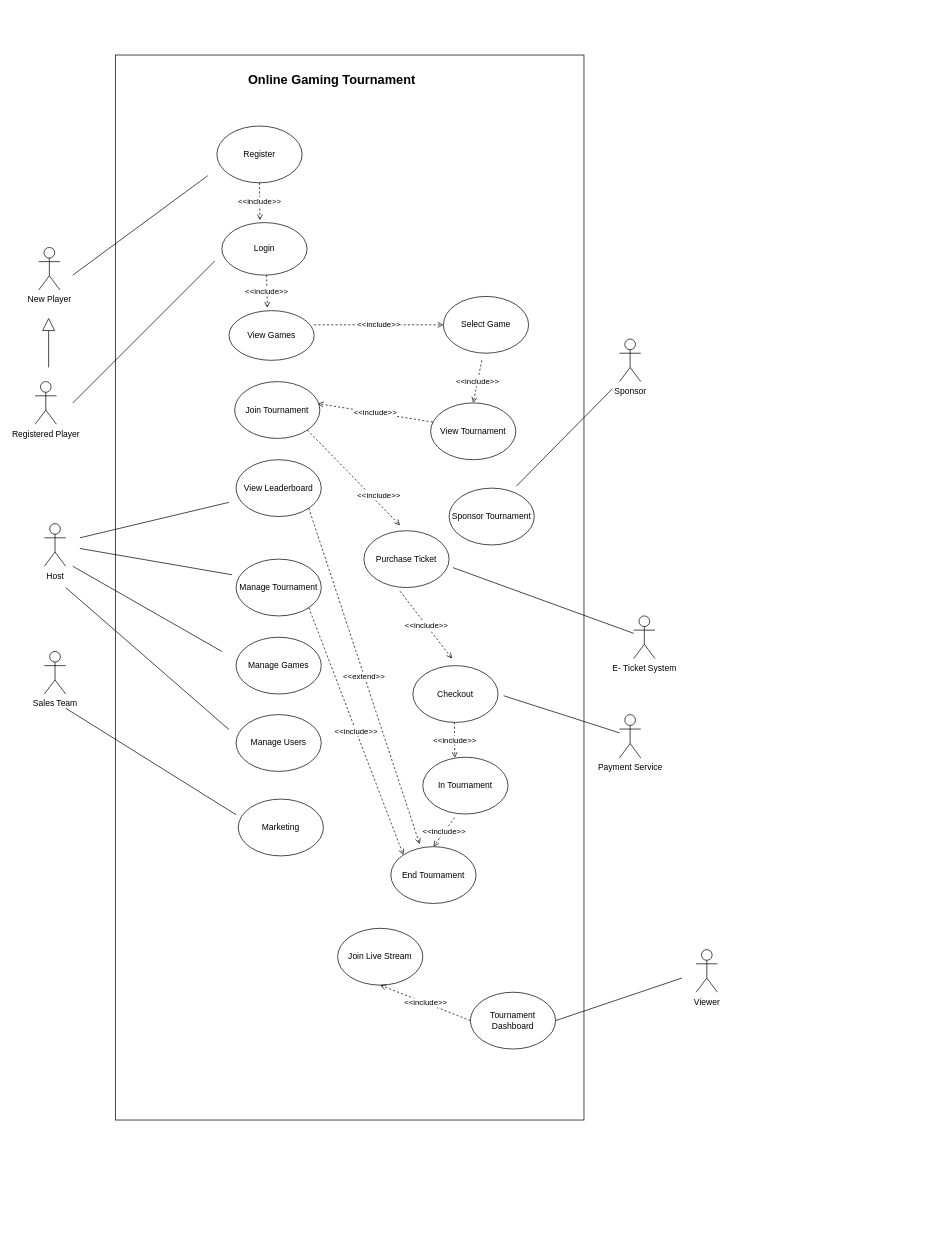
This is GD_CW1.drawio from Tanvi-Ambre/Python, a draw.io file, before an edit. Source tidied: cells renumbered, new cells numbered last; positions are measured from the earlier drawing's top-left corner, leaving out a move shared by most shapes. Both pictures are drawn from the tidied source at 71%, with x=0, y=0 at pixel (35, 55).
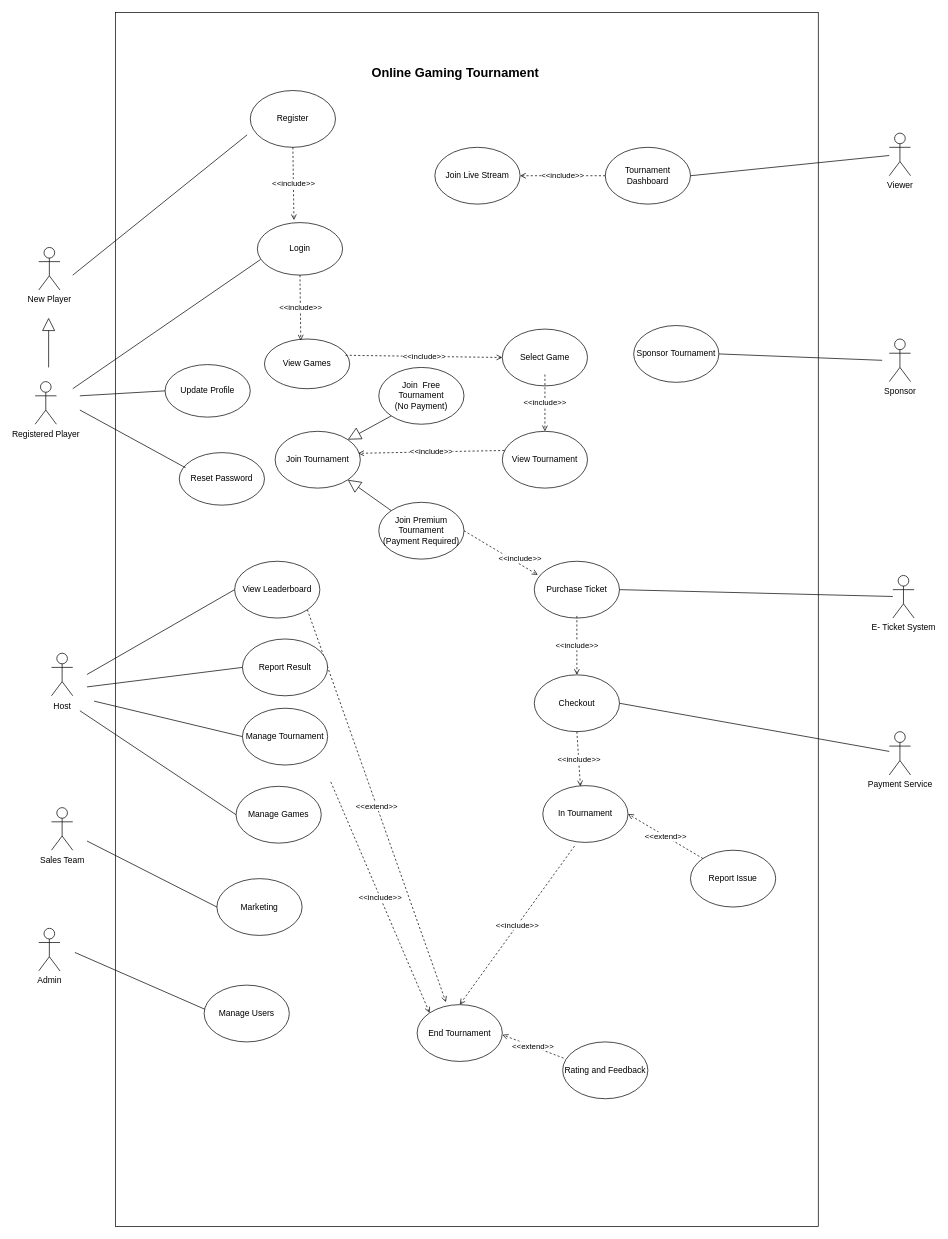
The same diagram, later.

What changed in the source:
```diff
@@
     <mxCell id="2" style="rounded=0;whiteSpace=wrap;html=1;" parent="1" vertex="1">
-      <mxGeometry x="113" width="660" height="1500" as="geometry" />
+      <mxGeometry x="113" y="-60" width="990" height="1710" as="geometry" />
     </mxCell>
     <mxCell id="3" value="Host" style="shape=umlActor;verticalLabelPosition=bottom;verticalAlign=top;html=1;" parent="1" vertex="1">
-      <mxGeometry x="13" y="660" width="30" height="60" as="geometry" />
+      <mxGeometry x="23" y="842.5" width="30" height="60" as="geometry" />
     </mxCell>
     <mxCell id="4" value="Sponsor" style="shape=umlActor;verticalLabelPosition=bottom;verticalAlign=top;html=1;" parent="1" vertex="1">
-      <mxGeometry x="823" y="400" width="30" height="60" as="geometry" />
+      <mxGeometry x="1203" y="400" width="30" height="60" as="geometry" />
     </mxCell>
     <mxCell id="5" value="Register" style="ellipse;whiteSpace=wrap;html=1;strokeWidth=1;" parent="1" vertex="1">
-      <mxGeometry x="256" y="100" width="120" height="80" as="geometry" />
+      <mxGeometry x="303" y="50" width="120" height="80" as="geometry" />
     </mxCell>
     <mxCell id="6" value="Login" style="ellipse;whiteSpace=wrap;html=1;strokeWidth=1;" parent="1" vertex="1">
-      <mxGeometry x="263" y="236" width="120" height="74" as="geometry" />
+      <mxGeometry x="313" y="236" width="120" height="74" as="geometry" />
     </mxCell>
     <mxCell id="7" value="View Games" style="ellipse;whiteSpace=wrap;html=1;strokeWidth=1;" parent="1" vertex="1">
-      <mxGeometry x="273" y="360" width="120" height="70" as="geometry" />
+      <mxGeometry x="323" y="400" width="120" height="70" as="geometry" />
     </mxCell>
     <mxCell id="8" value="View Tournament" style="ellipse;whiteSpace=wrap;html=1;strokeWidth=1;" parent="1" vertex="1">
-      <mxGeometry x="557" y="490" width="120" height="80" as="geometry" />
+      <mxGeometry x="658" y="530" width="120" height="80" as="geometry" />
     </mxCell>
     <mxCell id="9" value="Manage Tournament" style="ellipse;whiteSpace=wrap;html=1;strokeWidth=1;" parent="1" vertex="1">
-      <mxGeometry x="283" y="710" width="120" height="80" as="geometry" />
+      <mxGeometry x="292" y="920" width="120" height="80" as="geometry" />
     </mxCell>
     <mxCell id="10" value="Manage Games" style="ellipse;whiteSpace=wrap;html=1;strokeWidth=1;" parent="1" vertex="1">
-      <mxGeometry x="283" y="820" width="120" height="80" as="geometry" />
+      <mxGeometry x="283" y="1030" width="120" height="80" as="geometry" />
     </mxCell>
     <mxCell id="11" value="Manage Users" style="ellipse;whiteSpace=wrap;html=1;strokeWidth=1;" parent="1" vertex="1">
-      <mxGeometry x="283" y="929" width="120" height="80" as="geometry" />
+      <mxGeometry x="238" y="1310" width="120" height="80" as="geometry" />
     </mxCell>
     <mxCell id="12" value="Sponsor Tournament" style="ellipse;whiteSpace=wrap;html=1;strokeWidth=1;" parent="1" vertex="1">
-      <mxGeometry x="583" y="610" width="120" height="80" as="geometry" />
+      <mxGeometry x="843" y="381" width="120" height="80" as="geometry" />
     </mxCell>
     <mxCell id="13" value="View Leaderboard" style="ellipse;whiteSpace=wrap;html=1;strokeWidth=1;" parent="1" vertex="1">
-      <mxGeometry x="283" y="570" width="120" height="80" as="geometry" />
+      <mxGeometry x="281" y="713" width="120" height="80" as="geometry" />
     </mxCell>
     <mxCell id="14" value="Viewer" style="shape=umlActor;verticalLabelPosition=bottom;verticalAlign=top;html=1;outlineConnect=0;" parent="1" vertex="1">
-      <mxGeometry x="931" y="1260" width="30" height="60" as="geometry" />
+      <mxGeometry x="1203" y="110" width="30" height="60" as="geometry" />
     </mxCell>
@@
-    <mxCell id="17" style="endArrow=none;html=1;rounded=0;" parent="1" edge="1">
+    <mxCell id="17" style="endArrow=none;html=1;rounded=0;entryX=0.036;entryY=0.704;entryDx=0;entryDy=0;entryPerimeter=0;" parent="1" edge="1" target="6">
       <mxGeometry relative="1" as="geometry">
-        <mxPoint x="53" y="490" as="sourcePoint" />
-        <mxPoint x="253" y="290" as="targetPoint" />
+        <mxPoint x="53" y="470" as="sourcePoint" />
       </mxGeometry>
     </mxCell>
-    <mxCell id="18" style="endArrow=none;html=1;rounded=0;entryX=-0.049;entryY=0.275;entryDx=0;entryDy=0;entryPerimeter=0;" parent="1" edge="1" target="9">
+    <mxCell id="18" style="endArrow=none;html=1;rounded=0;entryX=0;entryY=0.5;entryDx=0;entryDy=0;" parent="1" edge="1" target="9">
       <mxGeometry relative="1" as="geometry">
-        <mxPoint x="63" y="695" as="sourcePoint" />
+        <mxPoint x="83" y="910" as="sourcePoint" />
       </mxGeometry>
     </mxCell>
     <mxCell id="19" value="Select Game" style="ellipse;whiteSpace=wrap;html=1;strokeWidth=1;" parent="1" vertex="1">
-      <mxGeometry x="575" y="340" width="120" height="80" as="geometry" />
+      <mxGeometry x="658" y="386" width="120" height="80" as="geometry" />
     </mxCell>
-    <mxCell id="20" value="&amp;lt;&amp;lt;include&amp;gt;&amp;gt;" style="endArrow=open;dashed=1;html=1;endFill=0;rounded=0;entryX=0;entryY=0.5;entryDx=0;entryDy=0;" parent="1" edge="1" target="19">
-      <mxGeometry relative="1" as="geometry">
-        <mxPoint x="393" y="380" as="sourcePoint" />
-      </mxGeometry>
+    <mxCell id="20" value="&amp;lt;&amp;lt;include&amp;gt;&amp;gt;" style="endArrow=open;dashed=1;html=1;endFill=0;rounded=0;entryX=0;entryY=0.5;entryDx=0;entryDy=0;exitX=0.95;exitY=0.327;exitDx=0;exitDy=0;exitPerimeter=0;" parent="1" edge="1" source="7" target="19">
+      <mxGeometry relative="1" as="geometry" />
     </mxCell>
-    <mxCell id="21" style="endArrow=none;html=1;rounded=0;" parent="1" edge="1">
+    <mxCell id="21" style="endArrow=none;html=1;rounded=0;entryX=0;entryY=0.5;entryDx=0;entryDy=0;" parent="1" edge="1" target="10">
       <mxGeometry relative="1" as="geometry">
-        <mxPoint x="53" y="720" as="sourcePoint" />
-        <mxPoint x="263" y="840" as="targetPoint" />
+        <mxPoint x="63" y="923.5" as="sourcePoint" />
       </mxGeometry>
     </mxCell>
-    <mxCell id="22" style="endArrow=none;html=1;rounded=0;" parent="1" edge="1">
-      <mxGeometry relative="1" as="geometry">
-        <mxPoint x="43" y="750" as="sourcePoint" />
-        <mxPoint x="273" y="950" as="targetPoint" />
-      </mxGeometry>
-    </mxCell>
     <mxCell id="23" value="Marketing" style="ellipse;whiteSpace=wrap;html=1;strokeWidth=1;" parent="1" vertex="1">
-      <mxGeometry x="286" y="1048" width="120" height="80" as="geometry" />
+      <mxGeometry x="256" y="1160" width="120" height="80" as="geometry" />
     </mxCell>
-    <mxCell id="24" style="endArrow=none;html=1;rounded=0;" parent="1" edge="1">
+    <mxCell id="24" style="endArrow=none;html=1;rounded=0;entryX=0;entryY=0.5;entryDx=0;entryDy=0;" parent="1" edge="1" target="23">
       <mxGeometry relative="1" as="geometry">
-        <mxPoint x="43" y="920" as="sourcePoint" />
-        <mxPoint x="283" y="1070" as="targetPoint" />
+        <mxPoint x="73" y="1107" as="sourcePoint" />
       </mxGeometry>
     </mxCell>
-    <mxCell id="25" value="&amp;lt;&amp;lt;include&amp;gt;&amp;gt;" style="endArrow=open;dashed=1;html=1;endFill=0;rounded=0;exitX=0.451;exitY=1.125;exitDx=0;exitDy=0;exitPerimeter=0;entryX=0.5;entryY=0;entryDx=0;entryDy=0;" parent="1" edge="1" source="19" target="8">
-      <mxGeometry relative="1" as="geometry" />
+    <mxCell id="25" value="&amp;lt;&amp;lt;include&amp;gt;&amp;gt;" style="endArrow=open;dashed=1;html=1;endFill=0;rounded=0;entryX=0.5;entryY=0;entryDx=0;entryDy=0;" parent="1" edge="1" target="8">
+      <mxGeometry relative="1" as="geometry">
+        <mxPoint x="718" y="450" as="sourcePoint" />
+      </mxGeometry>
     </mxCell>
     <mxCell id="26" value="Join Tournament" style="ellipse;whiteSpace=wrap;html=1;strokeWidth=1;" parent="1" vertex="1">
-      <mxGeometry x="281" y="460" width="120" height="80" as="geometry" />
+      <mxGeometry x="338" y="530" width="120" height="80" as="geometry" />
     </mxCell>
-    <mxCell id="27" style="endArrow=none;html=1;rounded=0;" parent="1" edge="1">
+    <mxCell id="27" style="endArrow=none;html=1;rounded=0;entryX=0;entryY=0.5;entryDx=0;entryDy=0;" parent="1" edge="1" target="13">
       <mxGeometry relative="1" as="geometry">
-        <mxPoint x="63" y="680" as="sourcePoint" />
-        <mxPoint x="273" y="630" as="targetPoint" />
+        <mxPoint x="73" y="872.5" as="sourcePoint" />
       </mxGeometry>
     </mxCell>
-    <mxCell id="28" style="endArrow=none;html=1;rounded=0;" parent="1" edge="1">
+    <mxCell id="28" style="endArrow=none;html=1;rounded=0;entryX=-0.037;entryY=0.781;entryDx=0;entryDy=0;entryPerimeter=0;" parent="1" edge="1" target="5">
       <mxGeometry relative="1" as="geometry">
         <mxPoint x="53" y="310" as="sourcePoint" />
-        <mxPoint x="243" y="170" as="targetPoint" />
       </mxGeometry>
     </mxCell>
@@
-    <mxCell id="30" style="endArrow=none;html=1;rounded=0;exitX=0.79;exitY=-0.035;exitDx=0;exitDy=0;exitPerimeter=0;" parent="1" edge="1" source="12">
+    <mxCell id="30" style="endArrow=none;html=1;rounded=0;exitX=1;exitY=0.5;exitDx=0;exitDy=0;" parent="1" edge="1" source="12">
       <mxGeometry relative="1" as="geometry">
-        <mxPoint x="813" y="470" as="targetPoint" />
+        <mxPoint x="1193" y="430" as="targetPoint" />
       </mxGeometry>
     </mxCell>
     <mxCell id="31" value="E- Ticket System" style="shape=umlActor;verticalLabelPosition=bottom;verticalAlign=top;html=1;outlineConnect=0;" parent="1" vertex="1">
-      <mxGeometry x="843" y="790" width="30" height="60" as="geometry" />
+      <mxGeometry x="1208" y="733" width="30" height="60" as="geometry" />
     </mxCell>
     <mxCell id="32" value="&lt;font style=&quot;font-size: 18px;&quot;&gt;&lt;b&gt;Online Gaming Tournament&lt;/b&gt;&lt;/font&gt;" style="text;html=1;align=center;verticalAlign=middle;whiteSpace=wrap;rounded=0;" parent="1" vertex="1">
-      <mxGeometry x="243" y="20" width="350" height="30" as="geometry" />
+      <mxGeometry x="417" y="10" width="350" height="30" as="geometry" />
     </mxCell>
-    <mxCell id="33" value="Sales Team" style="shape=umlActor;verticalLabelPosition=bottom;verticalAlign=top;html=1;" parent="1" vertex="1">
-      <mxGeometry x="13" y="840" width="30" height="60" as="geometry" />
+    <mxCell id="33" value="Admin" style="shape=umlActor;verticalLabelPosition=bottom;verticalAlign=top;html=1;" parent="1" vertex="1">
+      <mxGeometry x="5" y="1230" width="30" height="60" as="geometry" />
     </mxCell>
     <mxCell id="34" value="Purchase Ticket" style="ellipse;whiteSpace=wrap;html=1;strokeWidth=1;" parent="1" vertex="1">
-      <mxGeometry x="463" y="670" width="120" height="80" as="geometry" />
+      <mxGeometry x="703" y="713" width="120" height="80" as="geometry" />
     </mxCell>
     <mxCell id="35" value="Checkout" style="ellipse;whiteSpace=wrap;html=1;strokeWidth=1;" parent="1" vertex="1">
-      <mxGeometry x="532" y="860" width="120" height="80" as="geometry" />
+      <mxGeometry x="703" y="873" width="120" height="80" as="geometry" />
     </mxCell>
-    <mxCell id="36" style="endArrow=none;html=1;rounded=0;exitX=0.806;exitY=1.001;exitDx=0;exitDy=0;exitPerimeter=0;" parent="1" edge="1" target="31">
-      <mxGeometry relative="1" as="geometry">
-        <mxPoint x="588.5" y="722" as="sourcePoint" />
-      </mxGeometry>
+    <mxCell id="36" style="endArrow=none;html=1;rounded=0;exitX=1;exitY=0.5;exitDx=0;exitDy=0;" parent="1" edge="1" source="34" target="31">
+      <mxGeometry relative="1" as="geometry" />
     </mxCell>
-    <mxCell id="37" value="&amp;lt;&amp;lt;include&amp;gt;&amp;gt;" style="endArrow=open;dashed=1;html=1;endFill=0;rounded=0;entryX=0.46;entryY=-0.123;entryDx=0;entryDy=0;entryPerimeter=0;exitX=0.424;exitY=1.065;exitDx=0;exitDy=0;exitPerimeter=0;" parent="1" edge="1" source="34" target="35">
-      <mxGeometry relative="1" as="geometry" />
+    <mxCell id="37" value="&amp;lt;&amp;lt;include&amp;gt;&amp;gt;" style="endArrow=open;dashed=1;html=1;endFill=0;rounded=0;entryX=0.5;entryY=0;entryDx=0;entryDy=0;" parent="1" edge="1" target="35">
+      <mxGeometry relative="1" as="geometry">
+        <mxPoint x="763" y="790" as="sourcePoint" />
+      </mxGeometry>
     </mxCell>
     <mxCell id="38" value="Payment Service" style="shape=umlActor;verticalLabelPosition=bottom;verticalAlign=top;html=1;outlineConnect=0;" parent="1" vertex="1">
-      <mxGeometry x="823" y="929" width="30" height="61" as="geometry" />
+      <mxGeometry x="1203" y="953" width="30" height="61" as="geometry" />
     </mxCell>
-    <mxCell id="39" style="endArrow=none;html=1;rounded=0;exitX=1.065;exitY=0.53;exitDx=0;exitDy=0;exitPerimeter=0;" parent="1" edge="1" source="35" target="38">
+    <mxCell id="39" style="endArrow=none;html=1;rounded=0;exitX=1;exitY=0.5;exitDx=0;exitDy=0;" parent="1" edge="1" source="35" target="38">
       <mxGeometry relative="1" as="geometry" />
     </mxCell>
-    <mxCell id="40" value="&amp;lt;&amp;lt;include&amp;gt;&amp;gt;" style="endArrow=open;dashed=1;html=1;endFill=0;rounded=0;exitX=0.5;exitY=1;exitDx=0;exitDy=0;entryX=0.447;entryY=-0.055;entryDx=0;entryDy=0;entryPerimeter=0;" parent="1" edge="1" source="5">
-      <mxGeometry relative="1" as="geometry">
-        <mxPoint x="316.6" y="232.6" as="targetPoint" />
-      </mxGeometry>
+    <mxCell id="40" value="&amp;lt;&amp;lt;include&amp;gt;&amp;gt;" style="endArrow=open;dashed=1;html=1;endFill=0;rounded=0;exitX=0.5;exitY=1;exitDx=0;exitDy=0;entryX=0.429;entryY=-0.047;entryDx=0;entryDy=0;entryPerimeter=0;" parent="1" edge="1" source="5" target="6">
+      <mxGeometry relative="1" as="geometry" />
     </mxCell>
-    <mxCell id="41" value="&amp;lt;&amp;lt;include&amp;gt;&amp;gt;" style="endArrow=open;dashed=1;html=1;endFill=0;rounded=0;exitX=1;exitY=1;exitDx=0;exitDy=0;entryX=0.425;entryY=-0.095;entryDx=0;entryDy=0;entryPerimeter=0;" parent="1" edge="1" source="26" target="34">
+    <mxCell id="41" value="&amp;lt;&amp;lt;include&amp;gt;&amp;gt;" style="endArrow=open;dashed=1;html=1;endFill=0;rounded=0;exitX=1;exitY=0.5;exitDx=0;exitDy=0;entryX=0.041;entryY=0.24;entryDx=0;entryDy=0;entryPerimeter=0;" parent="1" edge="1" source="65" target="34">
       <mxGeometry x="0.44" y="7" relative="1" as="geometry">
         <mxPoint x="1" as="offset" />
       </mxGeometry>
     </mxCell>
-    <mxCell id="42" value="&amp;lt;&amp;lt;include&amp;gt;&amp;gt;" style="endArrow=open;dashed=1;html=1;endFill=0;rounded=0;exitX=0.524;exitY=1.105;exitDx=0;exitDy=0;exitPerimeter=0;entryX=0.447;entryY=-0.055;entryDx=0;entryDy=0;entryPerimeter=0;" parent="1" edge="1">
-      <mxGeometry relative="1" as="geometry">
-        <mxPoint x="326" y="310" as="sourcePoint" />
-        <mxPoint x="327" y="356" as="targetPoint" />
-      </mxGeometry>
+    <mxCell id="42" value="&amp;lt;&amp;lt;include&amp;gt;&amp;gt;" style="endArrow=open;dashed=1;html=1;endFill=0;rounded=0;exitX=0.5;exitY=1;exitDx=0;exitDy=0;entryX=0.426;entryY=0.03;entryDx=0;entryDy=0;entryPerimeter=0;" parent="1" edge="1" source="6" target="7">
+      <mxGeometry relative="1" as="geometry" />
     </mxCell>
@@
     <mxCell id="44" value="In Tournament" style="ellipse;whiteSpace=wrap;html=1;strokeWidth=1;" parent="1" vertex="1">
-      <mxGeometry x="546" y="989" width="120" height="80" as="geometry" />
+      <mxGeometry x="715" y="1029" width="120" height="80" as="geometry" />
     </mxCell>
-    <mxCell id="45" value="&amp;lt;&amp;lt;include&amp;gt;&amp;gt;" style="endArrow=open;dashed=1;html=1;endFill=0;rounded=0;exitX=0.424;exitY=1.065;exitDx=0;exitDy=0;exitPerimeter=0;" parent="1" edge="1">
+    <mxCell id="45" value="&amp;lt;&amp;lt;include&amp;gt;&amp;gt;" style="endArrow=open;dashed=1;html=1;endFill=0;rounded=0;exitX=0.5;exitY=1;exitDx=0;exitDy=0;" parent="1" edge="1" source="35">
       <mxGeometry relative="1" as="geometry">
-        <mxPoint x="590.5" y="940" as="sourcePoint" />
-        <mxPoint x="591" y="990" as="targetPoint" />
+        <mxPoint x="768" y="1030" as="targetPoint" />
       </mxGeometry>
     </mxCell>
     <mxCell id="46" value="End Tournament" style="ellipse;whiteSpace=wrap;html=1;strokeWidth=1;" parent="1" vertex="1">
-      <mxGeometry x="501" y="1115" width="120" height="80" as="geometry" />
+      <mxGeometry x="538" y="1337.5" width="120" height="80" as="geometry" />
     </mxCell>
-    <mxCell id="47" value="&amp;lt;&amp;lt;include&amp;gt;&amp;gt;" style="endArrow=open;dashed=1;html=1;endFill=0;rounded=0;entryX=0;entryY=0;entryDx=0;entryDy=0;exitX=1;exitY=1;exitDx=0;exitDy=0;" parent="1" edge="1" source="9" target="46">
-      <mxGeometry relative="1" as="geometry" />
+    <mxCell id="47" value="&amp;lt;&amp;lt;include&amp;gt;&amp;gt;" style="endArrow=open;dashed=1;html=1;endFill=0;rounded=0;entryX=0;entryY=0;entryDx=0;entryDy=0;exitX=1;exitY=1;exitDx=0;exitDy=0;" parent="1" edge="1" target="46">
+      <mxGeometry relative="1" as="geometry">
+        <mxPoint x="416.4" y="1023.8" as="sourcePoint" />
+      </mxGeometry>
     </mxCell>
@@
     <mxCell id="49" value="Tournament Dashboard" style="ellipse;whiteSpace=wrap;html=1;strokeWidth=1;" parent="1" vertex="1">
-      <mxGeometry x="613" y="1320" width="120" height="80" as="geometry" />
+      <mxGeometry x="803" y="130" width="120" height="80" as="geometry" />
     </mxCell>
-    <mxCell id="50" style="endArrow=none;html=1;rounded=0;exitX=1;exitY=0.5;exitDx=0;exitDy=0;" parent="1" edge="1" source="49">
-      <mxGeometry relative="1" as="geometry">
-        <mxPoint x="911" y="1300" as="targetPoint" />
-      </mxGeometry>
+    <mxCell id="50" style="endArrow=none;html=1;rounded=0;exitX=1;exitY=0.5;exitDx=0;exitDy=0;" parent="1" edge="1" source="49" target="14">
+      <mxGeometry relative="1" as="geometry" />
     </mxCell>
     <mxCell id="51" value="Join Live Stream" style="ellipse;whiteSpace=wrap;html=1;strokeWidth=1;" parent="1" vertex="1">
-      <mxGeometry x="426" y="1230" width="120" height="80" as="geometry" />
+      <mxGeometry x="563" y="130" width="120" height="80" as="geometry" />
     </mxCell>
-    <mxCell id="52" value="&amp;lt;&amp;lt;include&amp;gt;&amp;gt;" style="endArrow=open;dashed=1;html=1;endFill=0;rounded=0;exitX=0;exitY=0.5;exitDx=0;exitDy=0;entryX=0.5;entryY=1;entryDx=0;entryDy=0;" parent="1" edge="1" source="49" target="51">
+    <mxCell id="52" value="&amp;lt;&amp;lt;include&amp;gt;&amp;gt;" style="endArrow=open;dashed=1;html=1;endFill=0;rounded=0;exitX=0;exitY=0.5;exitDx=0;exitDy=0;entryX=1;entryY=0.5;entryDx=0;entryDy=0;" parent="1" edge="1" source="49" target="51">
       <mxGeometry relative="1" as="geometry" />
     </mxCell>
@@
+    <mxCell id="54" value="&lt;div&gt;&amp;lt;&amp;lt;extend&amp;gt;&amp;gt;&lt;/div&gt;" style="endArrow=open;dashed=1;html=1;endFill=0;rounded=0;entryX=1;entryY=0.5;entryDx=0;entryDy=0;exitX=0;exitY=0;exitDx=0;exitDy=0;" parent="1" edge="1" source="55" target="44">
+      <mxGeometry relative="1" as="geometry" />
+    </mxCell>
+    <mxCell id="55" value="Report Issue" style="ellipse;whiteSpace=wrap;html=1;strokeWidth=1;" parent="1" vertex="1">
+      <mxGeometry x="923" y="1120" width="120" height="80" as="geometry" />
+    </mxCell>
+    <mxCell id="56" value="Update Profile" style="ellipse;whiteSpace=wrap;html=1;strokeWidth=1;" parent="1" vertex="1">
+      <mxGeometry x="183" y="436" width="120" height="74" as="geometry" />
+    </mxCell>
+    <mxCell id="57" value="Reset Password" style="ellipse;whiteSpace=wrap;html=1;strokeWidth=1;" parent="1" vertex="1">
+      <mxGeometry x="203" y="560" width="120" height="74" as="geometry" />
+    </mxCell>
+    <mxCell id="58" style="endArrow=none;html=1;rounded=0;entryX=0;entryY=0.5;entryDx=0;entryDy=0;" parent="1" edge="1" target="56">
+      <mxGeometry relative="1" as="geometry">
+        <mxPoint x="63" y="480" as="sourcePoint" />
+      </mxGeometry>
+    </mxCell>
+    <mxCell id="59" style="endArrow=none;html=1;rounded=0;entryX=0.074;entryY=0.288;entryDx=0;entryDy=0;entryPerimeter=0;" parent="1" edge="1" target="57">
+      <mxGeometry relative="1" as="geometry">
+        <mxPoint x="63" y="500" as="sourcePoint" />
+      </mxGeometry>
+    </mxCell>
+    <mxCell id="60" value="Sales Team" style="shape=umlActor;verticalLabelPosition=bottom;verticalAlign=top;html=1;" parent="1" vertex="1">
+      <mxGeometry x="23" y="1060" width="30" height="60" as="geometry" />
+    </mxCell>
+    <mxCell id="61" style="endArrow=none;html=1;rounded=0;entryX=0;entryY=0.5;entryDx=0;entryDy=0;" parent="1" edge="1">
+      <mxGeometry relative="1" as="geometry">
+        <mxPoint x="56" y="1264" as="sourcePoint" />
+        <mxPoint x="239" y="1344" as="targetPoint" />
+      </mxGeometry>
+    </mxCell>
+    <mxCell id="62" value="Report Result" style="ellipse;whiteSpace=wrap;html=1;strokeWidth=1;" parent="1" vertex="1">
+      <mxGeometry x="292" y="822.5" width="120" height="80" as="geometry" />
+    </mxCell>
+    <mxCell id="63" style="endArrow=none;html=1;rounded=0;entryX=0;entryY=0.5;entryDx=0;entryDy=0;" parent="1" edge="1" target="62">
+      <mxGeometry relative="1" as="geometry">
+        <mxPoint x="73" y="890" as="sourcePoint" />
+      </mxGeometry>
+    </mxCell>
+    <mxCell id="64" value="Join&amp;nbsp; Free Tournament&lt;br&gt;(No Payment)" style="ellipse;whiteSpace=wrap;html=1;strokeWidth=1;" parent="1" vertex="1">
+      <mxGeometry x="484" y="440" width="120" height="80" as="geometry" />
+    </mxCell>
+    <mxCell id="65" value="Join Premium Tournament&lt;br&gt;(Payment Required)" style="ellipse;whiteSpace=wrap;html=1;strokeWidth=1;" parent="1" vertex="1">
+      <mxGeometry x="484" y="630" width="120" height="80" as="geometry" />
+    </mxCell>
+    <mxCell id="66" style="endArrow=block;endSize=16;endFill=0;html=1;rounded=0;entryX=1;entryY=0;entryDx=0;entryDy=0;exitX=0;exitY=1;exitDx=0;exitDy=0;" parent="1" edge="1" source="64" target="26">
+      <mxGeometry relative="1" as="geometry" />
+    </mxCell>
+    <mxCell id="67" style="endArrow=block;endSize=16;endFill=0;html=1;rounded=0;entryX=1;entryY=1;entryDx=0;entryDy=0;exitX=0;exitY=0;exitDx=0;exitDy=0;" parent="1" edge="1" source="65" target="26">
+      <mxGeometry relative="1" as="geometry" />
+    </mxCell>
+    <mxCell id="68" value="Rating and Feedback" style="ellipse;whiteSpace=wrap;html=1;strokeWidth=1;" parent="1" vertex="1">
+      <mxGeometry x="743" y="1390" width="120" height="80" as="geometry" />
+    </mxCell>
+    <mxCell id="69" value="&lt;div&gt;&amp;lt;&amp;lt;extend&amp;gt;&amp;gt;&lt;/div&gt;" style="endArrow=open;dashed=1;html=1;endFill=0;rounded=0;entryX=1;entryY=0.5;entryDx=0;entryDy=0;exitX=0.01;exitY=0.284;exitDx=0;exitDy=0;exitPerimeter=0;" parent="1" edge="1" source="68">
+      <mxGeometry relative="1" as="geometry">
+        <mxPoint x="658" y="1380" as="targetPoint" />
+      </mxGeometry>
+    </mxCell>
```
